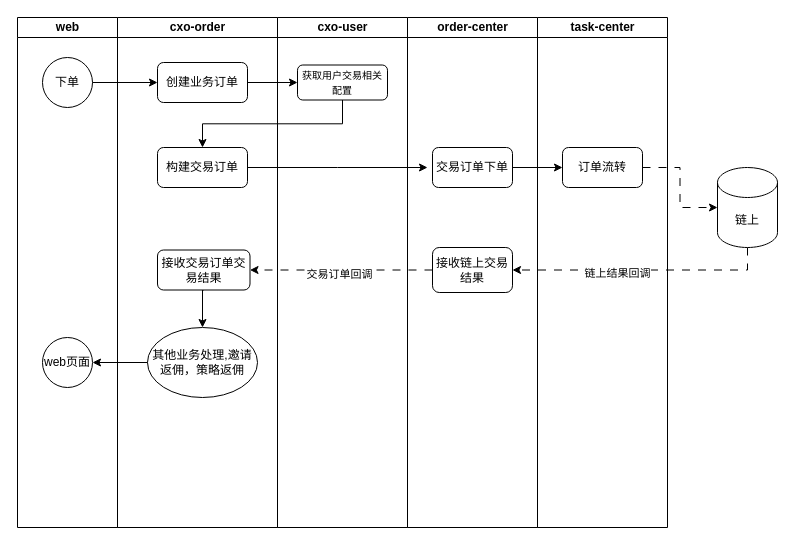
The draw.io diagram 交易.drawio in ZiHengLee/drawio, before the edit. Source tidied: cells renumbered, new cells numbered last; positions are measured from the earlier drawing's top-left corner, leaving out a move shared by most shapes. Both pictures are drawn from the tidied source at 100%, with x=0, y=0 at pixel (17, 17).
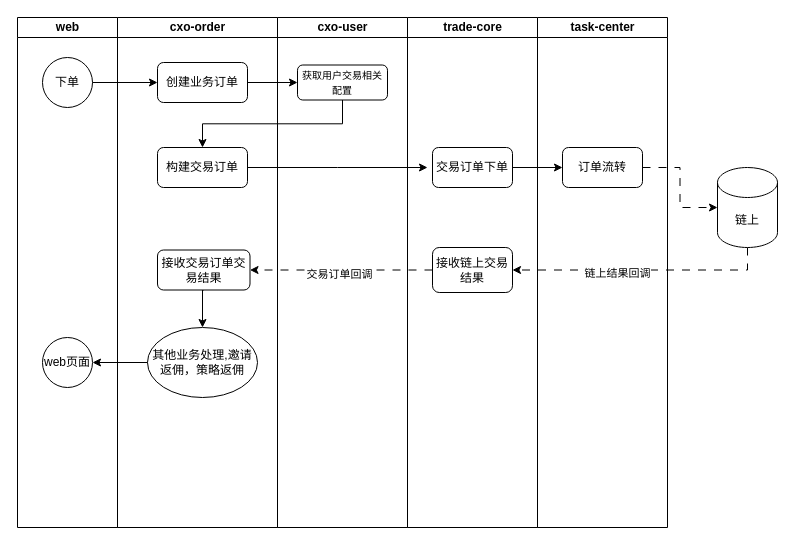
After the change.

Diff of the diagram source:
```diff
@@
-    <mxCell id="14" value="order-center" style="swimlane;startSize=20;html=1;" parent="1" vertex="1">
+    <mxCell id="14" value="trade-core" style="swimlane;startSize=20;html=1;" parent="1" vertex="1">
       <mxGeometry x="390" width="130" height="510" as="geometry" />
     </mxCell>
```
